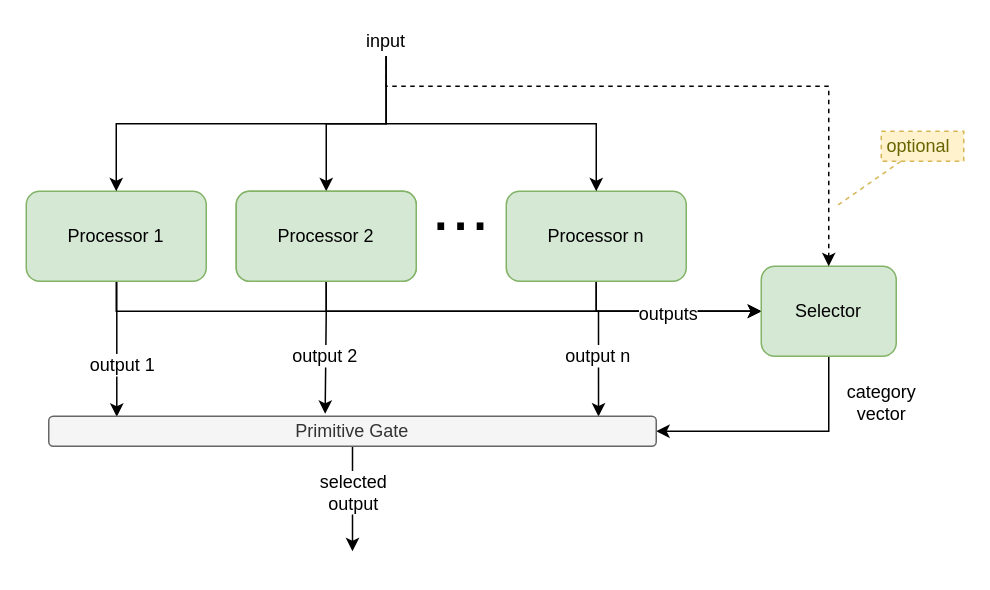
Before: page "gated-output-selection" (2 of 6) of files/Cooperative-competitive-systems.drawio in malcolmlett/malcolmlett.github.io, a draw.io diagram. Source tidied: cells renumbered, new cells numbered last; positions are measured from the earlier drawing's top-left corner, leaving out a move shared by most shapes. Both pictures are drawn from the tidied source at 150%, with x=0, y=0 at pixel (26, 26).
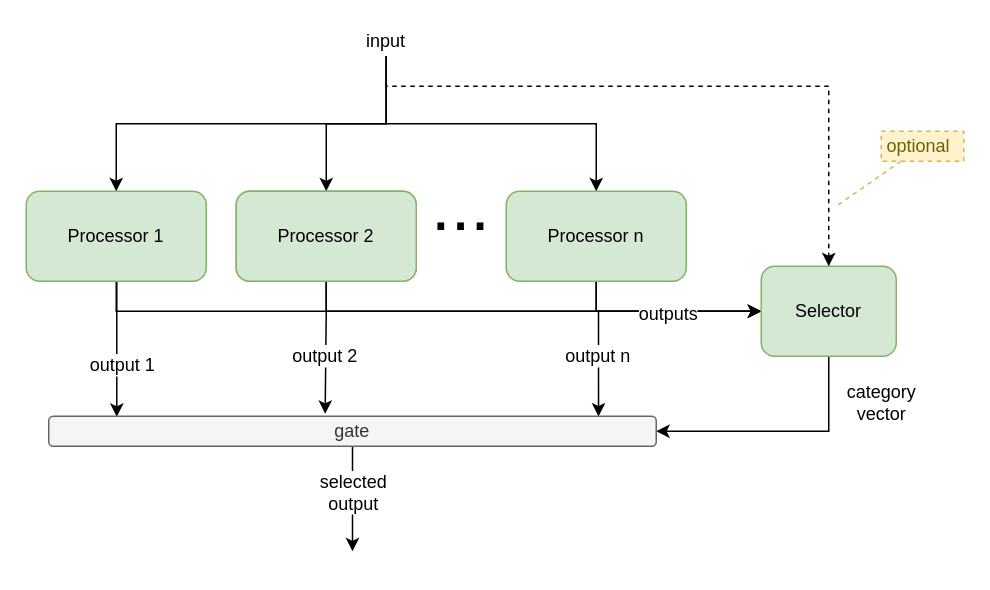
The same page after the edit.

Change to the diagram source:
```diff
@@
-    <mxCell id="20" value="Primitive Gate" style="rounded=1;whiteSpace=wrap;html=1;fillColor=#f5f5f5;strokeColor=#666666;fontColor=#333333;" parent="1" vertex="1">
+    <mxCell id="20" value="gate" style="rounded=1;whiteSpace=wrap;html=1;fillColor=#f5f5f5;strokeColor=#666666;fontColor=#333333;" parent="1" vertex="1">
       <mxGeometry x="15" y="260" width="405" height="20" as="geometry" />
     </mxCell>
```
